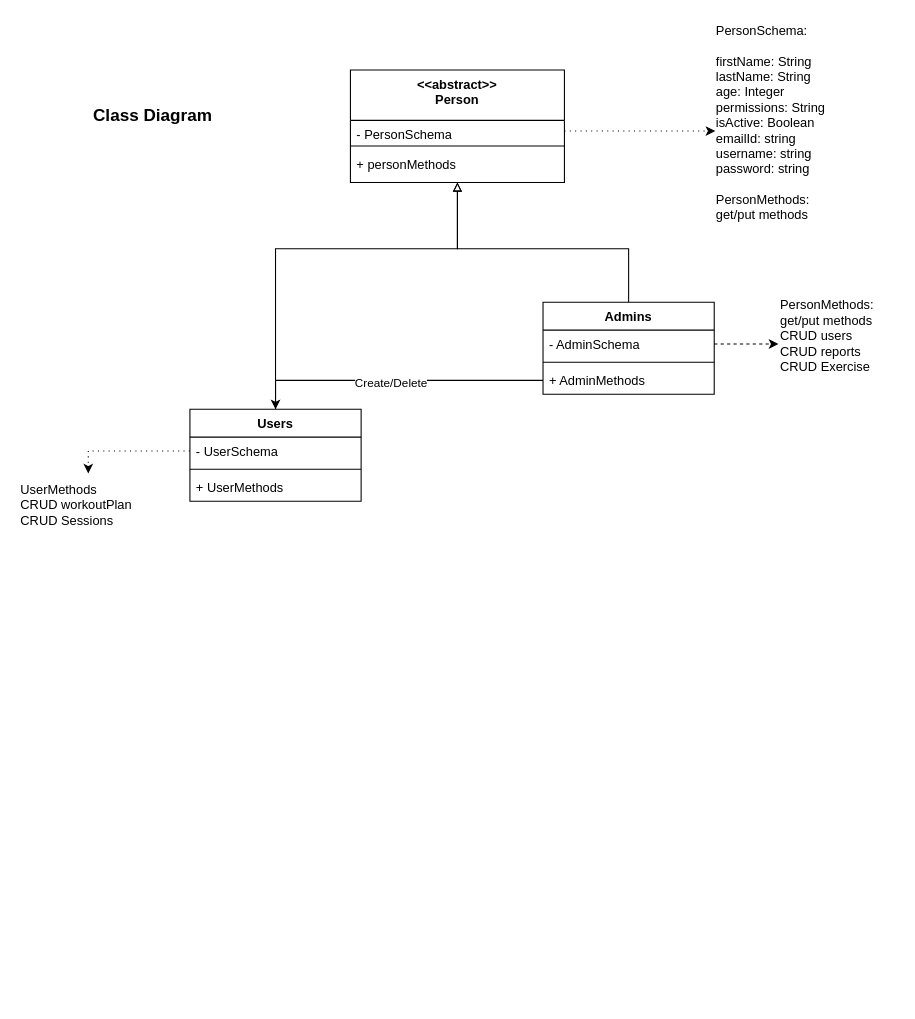
Samyak006/HashClick keeps this draw.io diagram as page "Page-3" (3 of 3) of FitTracker-app.drawio. Above is the earlier version. Source tidied: cells renumbered, new cells numbered last; positions are measured from the earlier drawing's top-left corner, leaving out a move shared by most shapes. Both pictures are drawn from the tidied source at 107%, with x=0, y=0 at pixel (18, 18).
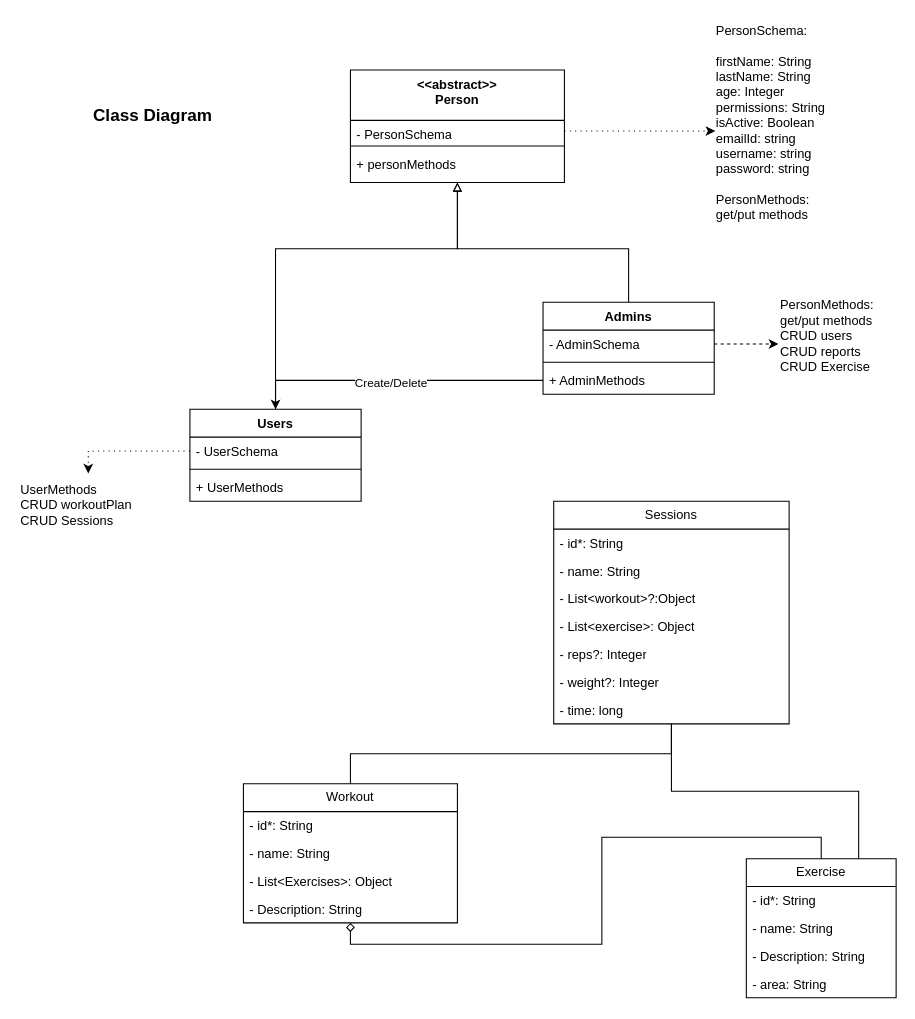
After the change.

The edit, as a diff of the source:
```diff
@@
+    <mxCell id="25" style="edgeStyle=orthogonalEdgeStyle;rounded=0;jettySize=auto;html=1;exitX=0.5;exitY=0;exitDx=0;exitDy=0;entryX=0.5;entryY=1;entryDx=0;entryDy=0;endArrow=diamond;startFill=0;startArrow=none;endFill=0;" parent="1" edge="1" source="27" target="32">
+      <mxGeometry relative="1" as="geometry" />
+    </mxCell>
+    <mxCell id="26" style="edgeStyle=orthogonalEdgeStyle;rounded=0;jettySize=auto;html=1;exitX=0.75;exitY=0;exitDx=0;exitDy=0;endArrow=none;startFill=0;" parent="1" edge="1" source="27" target="38">
+      <mxGeometry relative="1" as="geometry" />
+    </mxCell>
+    <mxCell id="27" value="Exercise" style="swimlane;fontStyle=0;horizontal=1;startSize=26;fillColor=none;whiteSpace=wrap;html=1;" parent="1" vertex="1">
+      <mxGeometry x="680" y="785" width="140" height="130" as="geometry" />
+    </mxCell>
+    <mxCell id="28" value="- id*: String" style="text;strokeColor=none;fillColor=none;align=left;verticalAlign=top;spacingLeft=4;spacingRight=4;overflow=hidden;whiteSpace=wrap;html=1;" parent="27" vertex="1">
+      <mxGeometry y="26" width="140" height="26" as="geometry" />
+    </mxCell>
+    <mxCell id="29" value="- name: String" style="text;strokeColor=none;fillColor=none;align=left;verticalAlign=top;spacingLeft=4;spacingRight=4;overflow=hidden;whiteSpace=wrap;html=1;" parent="27" vertex="1">
+      <mxGeometry y="52" width="140" height="26" as="geometry" />
+    </mxCell>
+    <mxCell id="30" value="- Description: String" style="text;strokeColor=none;fillColor=none;align=left;verticalAlign=top;spacingLeft=4;spacingRight=4;overflow=hidden;whiteSpace=wrap;html=1;" parent="27" vertex="1">
+      <mxGeometry y="78" width="140" height="26" as="geometry" />
+    </mxCell>
+    <mxCell id="31" value="- area: String" style="text;strokeColor=none;fillColor=none;align=left;verticalAlign=top;spacingLeft=4;spacingRight=4;overflow=hidden;whiteSpace=wrap;html=1;" parent="27" vertex="1">
+      <mxGeometry y="104" width="140" height="26" as="geometry" />
+    </mxCell>
+    <mxCell id="32" value="Workout" style="swimlane;fontStyle=0;horizontal=1;startSize=26;fillColor=none;whiteSpace=wrap;html=1;" parent="1" vertex="1">
+      <mxGeometry x="210" y="715" width="200" height="130" as="geometry" />
+    </mxCell>
+    <mxCell id="33" value="- id*: String" style="text;strokeColor=none;fillColor=none;align=left;verticalAlign=top;spacingLeft=4;spacingRight=4;overflow=hidden;whiteSpace=wrap;html=1;" parent="32" vertex="1">
+      <mxGeometry y="26" width="200" height="26" as="geometry" />
+    </mxCell>
+    <mxCell id="34" value="- name: String" style="text;strokeColor=none;fillColor=none;align=left;verticalAlign=top;spacingLeft=4;spacingRight=4;overflow=hidden;whiteSpace=wrap;html=1;" parent="32" vertex="1">
+      <mxGeometry y="52" width="200" height="26" as="geometry" />
+    </mxCell>
+    <mxCell id="35" value="- List&amp;lt;Exercises&amp;gt;: Object&amp;nbsp;" style="text;strokeColor=none;fillColor=none;align=left;verticalAlign=top;spacingLeft=4;spacingRight=4;overflow=hidden;whiteSpace=wrap;html=1;" parent="32" vertex="1">
+      <mxGeometry y="78" width="200" height="26" as="geometry" />
+    </mxCell>
+    <mxCell id="36" value="- Description: String" style="text;strokeColor=none;fillColor=none;align=left;verticalAlign=top;spacingLeft=4;spacingRight=4;overflow=hidden;whiteSpace=wrap;html=1;" parent="32" vertex="1">
+      <mxGeometry y="104" width="200" height="26" as="geometry" />
+    </mxCell>
+    <mxCell id="37" style="edgeStyle=orthogonalEdgeStyle;rounded=0;jettySize=auto;html=1;exitX=0.5;exitY=1;exitDx=0;exitDy=0;entryX=0.5;entryY=0;entryDx=0;entryDy=0;startArrow=none;startFill=0;endArrow=none;" parent="1" edge="1" source="38" target="32">
+      <mxGeometry relative="1" as="geometry" />
+    </mxCell>
+    <mxCell id="38" value="Sessions" style="swimlane;fontStyle=0;horizontal=1;startSize=26;fillColor=none;whiteSpace=wrap;html=1;" parent="1" vertex="1">
+      <mxGeometry x="500" y="451" width="220" height="208" as="geometry" />
+    </mxCell>
+    <mxCell id="39" value="- id*: String" style="text;strokeColor=none;fillColor=none;align=left;verticalAlign=top;spacingLeft=4;spacingRight=4;overflow=hidden;whiteSpace=wrap;html=1;" parent="38" vertex="1">
+      <mxGeometry y="26" width="220" height="26" as="geometry" />
+    </mxCell>
+    <mxCell id="40" value="- name: String" style="text;strokeColor=none;fillColor=none;align=left;verticalAlign=top;spacingLeft=4;spacingRight=4;overflow=hidden;whiteSpace=wrap;html=1;" parent="38" vertex="1">
+      <mxGeometry y="52" width="220" height="26" as="geometry" />
+    </mxCell>
+    <mxCell id="41" value="- List&amp;lt;workout&amp;gt;?:Object" style="text;strokeColor=none;fillColor=none;align=left;verticalAlign=top;spacingLeft=4;spacingRight=4;overflow=hidden;whiteSpace=wrap;html=1;" parent="38" vertex="1">
+      <mxGeometry y="78" width="220" height="26" as="geometry" />
+    </mxCell>
+    <mxCell id="42" value="- List&amp;lt;exercise&amp;gt;: Object" style="text;strokeColor=none;fillColor=none;align=left;verticalAlign=top;spacingLeft=4;spacingRight=4;overflow=hidden;whiteSpace=wrap;html=1;" parent="38" vertex="1">
+      <mxGeometry y="104" width="220" height="26" as="geometry" />
+    </mxCell>
+    <mxCell id="43" value="- reps?: Integer" style="text;strokeColor=none;fillColor=none;align=left;verticalAlign=top;spacingLeft=4;spacingRight=4;overflow=hidden;whiteSpace=wrap;html=1;" parent="38" vertex="1">
+      <mxGeometry y="130" width="220" height="26" as="geometry" />
+    </mxCell>
+    <mxCell id="44" value="- weight?: Integer" style="text;strokeColor=none;fillColor=none;align=left;verticalAlign=top;spacingLeft=4;spacingRight=4;overflow=hidden;whiteSpace=wrap;html=1;" parent="38" vertex="1">
+      <mxGeometry y="156" width="220" height="26" as="geometry" />
+    </mxCell>
+    <mxCell id="45" value="- time: long" style="text;strokeColor=none;fillColor=none;align=left;verticalAlign=top;spacingLeft=4;spacingRight=4;overflow=hidden;whiteSpace=wrap;html=1;" parent="38" vertex="1">
+      <mxGeometry y="182" width="220" height="26" as="geometry" />
+    </mxCell>
```
